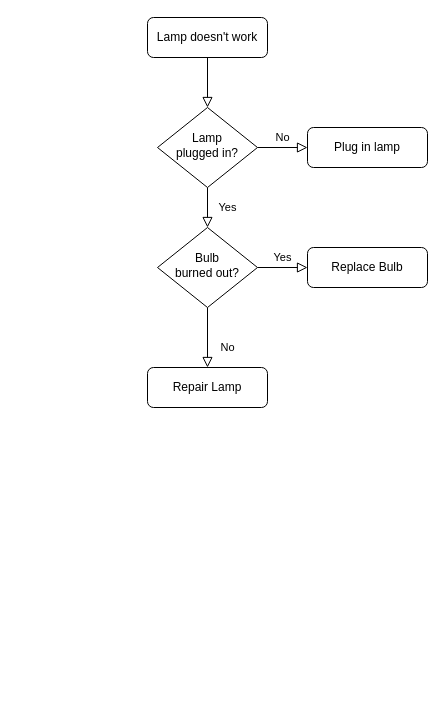
Above: page "Page-1" (1 of 2) of Path planning flow chart.drawio in RandikaVS/Edfoci-chat-server (draw.io), before the change. Source tidied: cells renumbered, new cells numbered last; positions are measured from the earlier drawing's top-left corner, leaving out a move shared by most shapes. Both pictures are drawn from the tidied source at 100%, with x=0, y=0 at pixel (147, 17).
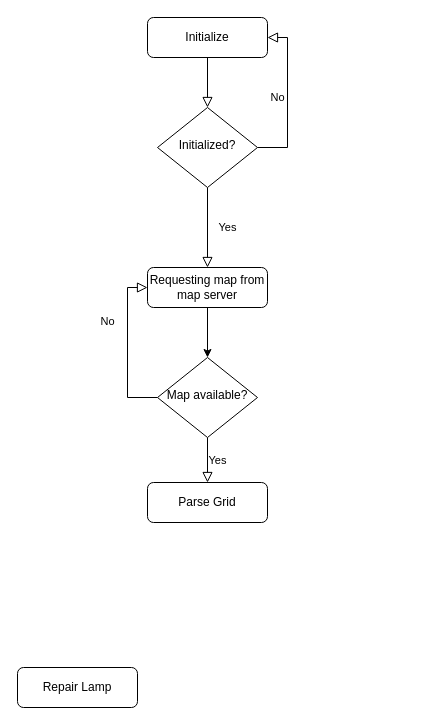
After the change.

What changed in the source:
```diff
@@
 <mxGraphModel>
   <root>
     <mxCell id="0" />
     <mxCell id="1" parent="0" />
     <mxCell id="2" style="rounded=0;html=1;jettySize=auto;fontSize=11;endArrow=block;endFill=0;endSize=8;strokeWidth=1;shadow=0;labelBackgroundColor=none;edgeStyle=orthogonalEdgeStyle;" parent="1" edge="1" source="3" target="6">
       <mxGeometry relative="1" as="geometry" />
     </mxCell>
-    <mxCell id="3" value="Lamp doesn't work" style="rounded=1;whiteSpace=wrap;html=1;fontSize=12;glass=0;strokeWidth=1;shadow=0;" parent="1" vertex="1">
+    <mxCell id="3" value="Initialize" style="rounded=1;whiteSpace=wrap;html=1;fontSize=12;glass=0;strokeWidth=1;shadow=0;" parent="1" vertex="1">
       <mxGeometry width="120" height="40" as="geometry" />
     </mxCell>
-    <mxCell id="4" value="Yes" style="rounded=0;html=1;jettySize=auto;fontSize=11;endArrow=block;endFill=0;endSize=8;strokeWidth=1;shadow=0;labelBackgroundColor=none;edgeStyle=orthogonalEdgeStyle;" parent="1" edge="1" source="6" target="10">
+    <mxCell id="4" value="Yes" style="rounded=0;html=1;jettySize=auto;fontSize=11;endArrow=block;endFill=0;endSize=8;strokeWidth=1;shadow=0;labelBackgroundColor=none;edgeStyle=orthogonalEdgeStyle;entryX=0.5;entryY=0;entryDx=0;entryDy=0;" parent="1" edge="1" source="6" target="14">
       <mxGeometry y="20" relative="1" as="geometry" />
     </mxCell>
-    <mxCell id="5" value="No" style="edgeStyle=orthogonalEdgeStyle;rounded=0;html=1;jettySize=auto;fontSize=11;endArrow=block;endFill=0;endSize=8;strokeWidth=1;shadow=0;labelBackgroundColor=none;" parent="1" edge="1" source="6" target="7">
-      <mxGeometry y="10" relative="1" as="geometry" />
+    <mxCell id="5" value="No" style="edgeStyle=orthogonalEdgeStyle;rounded=0;html=1;jettySize=auto;fontSize=11;endArrow=block;endFill=0;endSize=8;strokeWidth=1;shadow=0;labelBackgroundColor=none;entryX=1;entryY=0.5;entryDx=0;entryDy=0;" parent="1" edge="1" target="3">
+      <mxGeometry y="10" relative="1" as="geometry">
+        <mxPoint x="110" y="130" as="sourcePoint" />
+        <Array as="points">
+          <mxPoint x="140" y="130" />
+          <mxPoint x="140" y="20" />
+        </Array>
+      </mxGeometry>
     </mxCell>
-    <mxCell id="6" value="Lamp&lt;br&gt;plugged in?" style="rhombus;whiteSpace=wrap;html=1;shadow=0;fontFamily=Helvetica;fontSize=12;align=center;strokeWidth=1;spacing=6;spacingTop=-4;" parent="1" vertex="1">
+    <mxCell id="6" value="Initialized?" style="rhombus;whiteSpace=wrap;html=1;shadow=0;fontFamily=Helvetica;fontSize=12;align=center;strokeWidth=1;spacing=6;spacingTop=-4;" parent="1" vertex="1">
       <mxGeometry x="10" y="90" width="100" height="80" as="geometry" />
     </mxCell>
-    <mxCell id="7" value="Plug in lamp" style="rounded=1;whiteSpace=wrap;html=1;fontSize=12;glass=0;strokeWidth=1;shadow=0;" parent="1" vertex="1">
-      <mxGeometry x="160" y="110" width="120" height="40" as="geometry" />
-    </mxCell>
-    <mxCell id="8" value="No" style="rounded=0;html=1;jettySize=auto;fontSize=11;endArrow=block;endFill=0;endSize=8;strokeWidth=1;shadow=0;labelBackgroundColor=none;edgeStyle=orthogonalEdgeStyle;" parent="1" edge="1" source="10" target="11">
+    <mxCell id="8" value="No" style="rounded=0;html=1;jettySize=auto;fontSize=11;endArrow=block;endFill=0;endSize=8;strokeWidth=1;shadow=0;labelBackgroundColor=none;edgeStyle=orthogonalEdgeStyle;align=center;entryX=0;entryY=0.5;entryDx=0;entryDy=0;exitX=0;exitY=0.5;exitDx=0;exitDy=0;" parent="1" edge="1" source="10" target="14">
       <mxGeometry x="0.33" y="20" relative="1" as="geometry" />
     </mxCell>
     <mxCell id="9" value="Yes" style="edgeStyle=orthogonalEdgeStyle;rounded=0;html=1;jettySize=auto;fontSize=11;endArrow=block;endFill=0;endSize=8;strokeWidth=1;shadow=0;labelBackgroundColor=none;" parent="1" edge="1" source="10" target="12">
       <mxGeometry y="10" relative="1" as="geometry" />
     </mxCell>
-    <mxCell id="10" value="Bulb&lt;br&gt;burned out?" style="rhombus;whiteSpace=wrap;html=1;shadow=0;fontFamily=Helvetica;fontSize=12;align=center;strokeWidth=1;spacing=6;spacingTop=-4;" parent="1" vertex="1">
-      <mxGeometry x="10" y="210" width="100" height="80" as="geometry" />
+    <mxCell id="10" value="Map available?" style="rhombus;whiteSpace=wrap;html=1;shadow=0;fontFamily=Helvetica;fontSize=12;align=center;strokeWidth=1;spacing=6;spacingTop=-4;" parent="1" vertex="1">
+      <mxGeometry x="10" y="340" width="100" height="80" as="geometry" />
     </mxCell>
     <mxCell id="11" value="Repair Lamp" style="rounded=1;whiteSpace=wrap;html=1;fontSize=12;glass=0;strokeWidth=1;shadow=0;" parent="1" vertex="1">
-      <mxGeometry y="350" width="120" height="40" as="geometry" />
+      <mxGeometry x="-130" y="650" width="120" height="40" as="geometry" />
     </mxCell>
-    <mxCell id="12" value="Replace Bulb" style="rounded=1;whiteSpace=wrap;html=1;fontSize=12;glass=0;strokeWidth=1;shadow=0;" parent="1" vertex="1">
-      <mxGeometry x="160" y="230" width="120" height="40" as="geometry" />
+    <mxCell id="12" value="Parse Grid" style="rounded=1;whiteSpace=wrap;html=1;fontSize=12;glass=0;strokeWidth=1;shadow=0;" parent="1" vertex="1">
+      <mxGeometry y="465" width="120" height="40" as="geometry" />
     </mxCell>
+    <mxCell id="13" style="edgeStyle=orthogonalEdgeStyle;rounded=0;jettySize=auto;html=1;exitX=0.5;exitY=1;exitDx=0;exitDy=0;entryX=0.5;entryY=0;entryDx=0;entryDy=0;" parent="1" edge="1" source="14" target="10">
+      <mxGeometry relative="1" as="geometry" />
+    </mxCell>
+    <mxCell id="14" value="Requesting map from map server" style="rounded=1;whiteSpace=wrap;html=1;fontSize=12;glass=0;strokeWidth=1;shadow=0;" parent="1" vertex="1">
+      <mxGeometry y="250" width="120" height="40" as="geometry" />
+    </mxCell>
   </root>
 </mxGraphModel>
```
